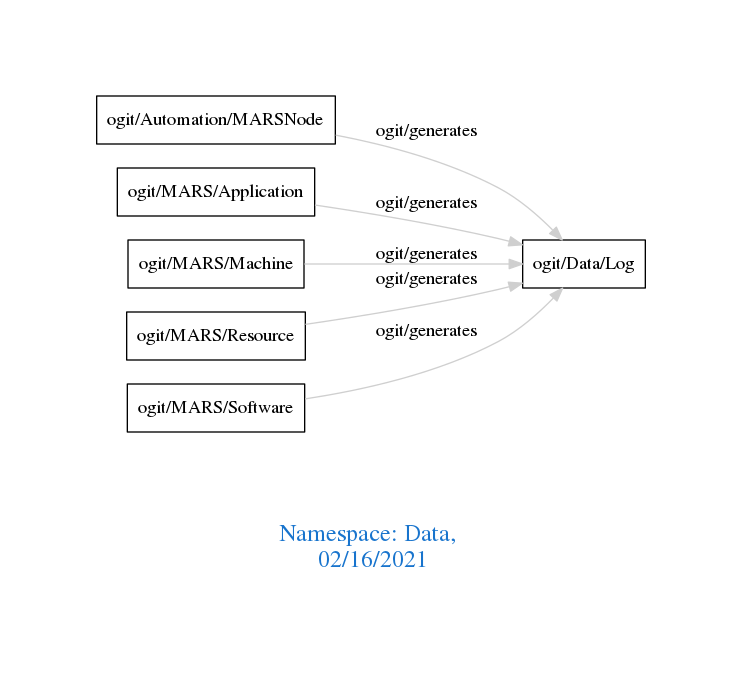
The Graphviz diagram downloads/Data.png in arago/OGIT, before a commit. Its source is kept beside it as downloads/Data.dot.
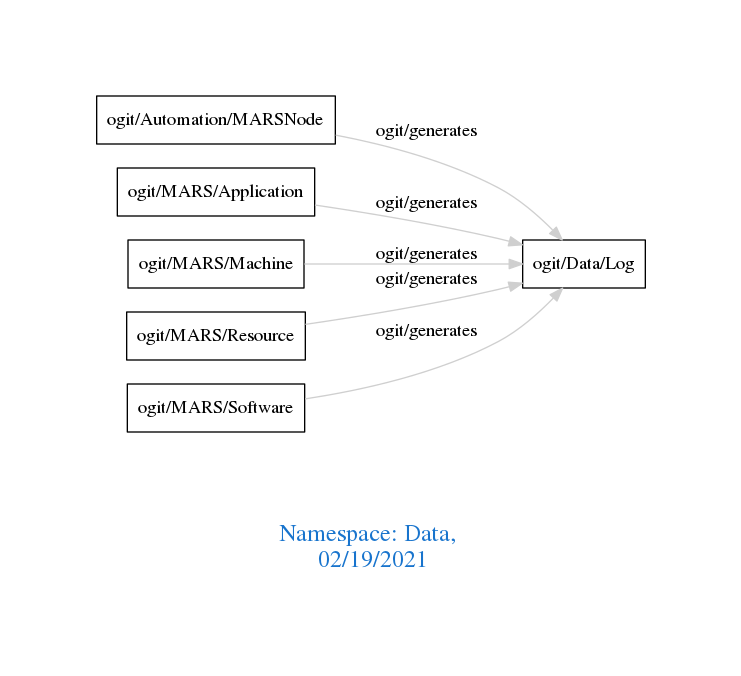
After the commit.

The edit, as a diff of the source:
```diff
@@ -1,7 +1,7 @@
 digraph OGIT_ontology {
  graph [ rankdir= LR,pad=1
 fontsize = 18,
-fontcolor= dodgerblue3,label = "\n\n\nNamespace: Data, \n 02/16/2021"];
+fontcolor= dodgerblue3,label = "\n\n\nNamespace: Data, \n 02/19/2021"];
 node[shape=polygon];
 edge [  color="gray81"];
 
```
